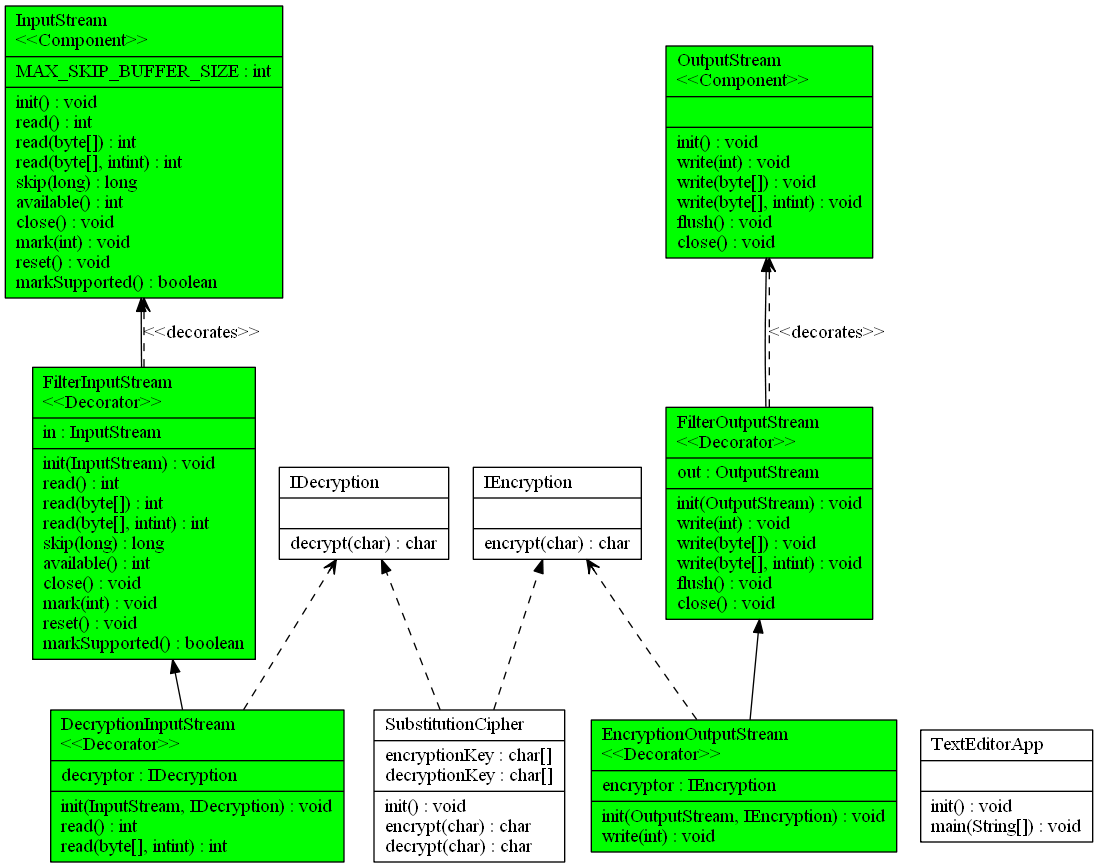
Above: input_output/lab21.png in chinchalupa/CSSE374-Project (Graphviz), before the change. Its source is kept beside it as input_output/lab21.dot.
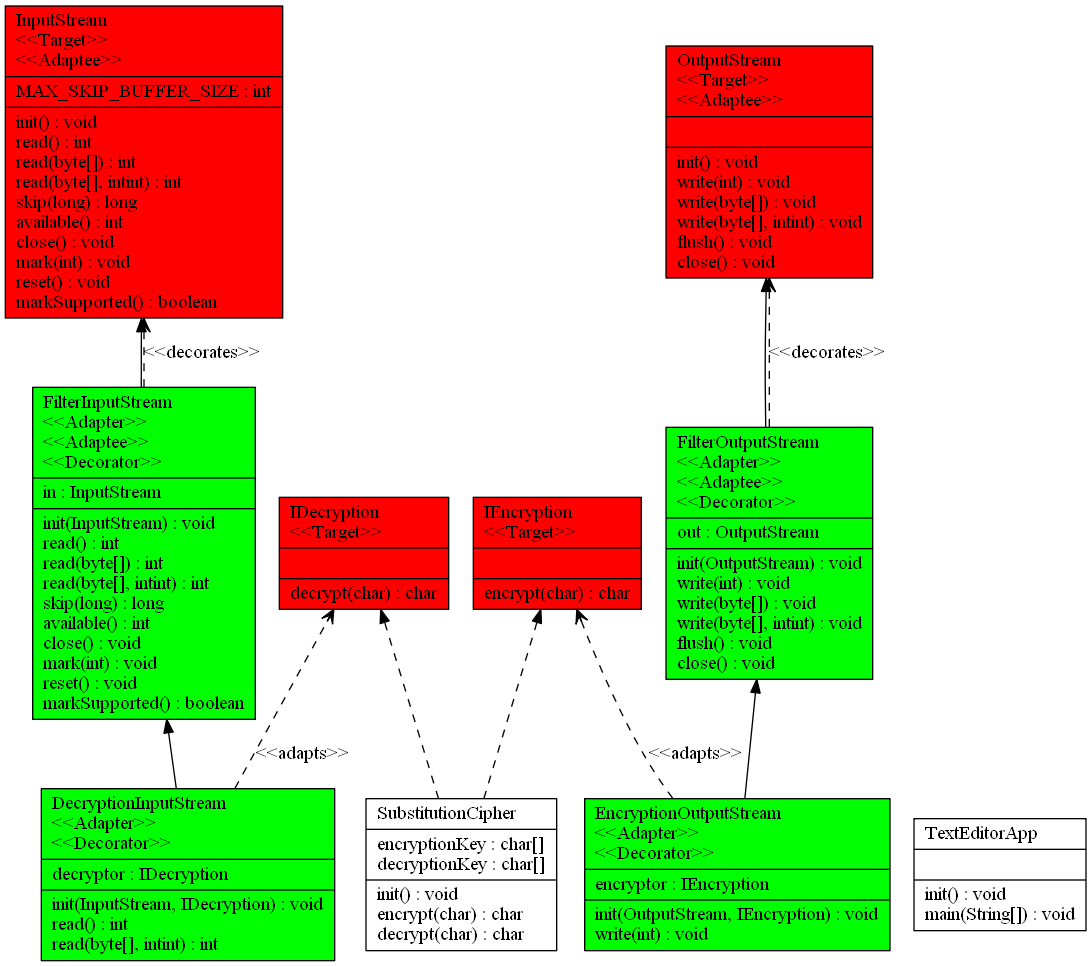
The same file after the commit.

What changed in the source:
```diff
@@ -4,44 +4,44 @@
 fontsize = 8
 rankdir=BT
 
+node [shape = "record" color = "#000000" fillcolor = "#ff0000" style="filled"]
+ClassT.DecryptionInputStream [label = "{.DecryptionInputStream\l\<\<Adapter\>\>\l|decryptor : IDecryption\l|init(InputStream, IDecryption) : void\lread() : int\lread(byte[], intint) : int\l}"]
+node [shape = "record" color = "#000000" fillcolor = "#ff0000" style="filled"]
+ClassT.EncryptionOutputStream [label = "{.EncryptionOutputStream\l\<\<Adapter\>\>\l|encryptor : IEncryption\l|init(OutputStream, IEncryption) : void\lwrite(int) : void\l}"]
+node [shape = "record" color = "#000000" fillcolor = "#000000" style=""]
+ClassT.IDecryption [label = "{.IDecryption\l||decrypt(char) : char\l}"]
+node [shape = "record" color = "#000000" fillcolor = "#000000" style=""]
+ClassT.IEncryption [label = "{.IEncryption\l||encrypt(char) : char\l}"]
+node [shape = "record" color = "#000000" fillcolor = "#000000" style=""]
+ClassT.SubstitutionCipher [label = "{.SubstitutionCipher\l|encryptionKey : char[]\ldecryptionKey : char[]\l|init() : void\lencrypt(char) : char\ldecrypt(char) : char\l}"]
+node [shape = "record" color = "#000000" fillcolor = "#000000" style=""]
+ClassT.TextEditorApp [label = "{.TextEditorApp\l||init() : void\lmain(String[]) : void\l}"]
 node [shape = "record" color = "#000000" fillcolor = "#00ff00" style="filled"]
-ClassTDecryptionInputStream [label = "{DecryptionInputStream\l\<\<Decorator\>\>\l|decryptor : IDecryption\l|init(InputStream, IDecryption) : void\lread() : int\lread(byte[], intint) : int\l}"]
+ClassT.FilterInputStream [label = "{.FilterInputStream\l\<\<Adapter\>\>\l\<\<Decorator\>\>\l|in : InputStream\l|init(InputStream) : void\lread() : int\lread(byte[]) : int\lread(byte[], intint) : int\lskip(long) : long\lavailable() : int\lclose() : void\lmark(int) : void\lreset() : void\lmarkSupported() : boolean\l}"]
 node [shape = "record" color = "#000000" fillcolor = "#00ff00" style="filled"]
-ClassTEncryptionOutputStream [label = "{EncryptionOutputStream\l\<\<Decorator\>\>\l|encryptor : IEncryption\l|init(OutputStream, IEncryption) : void\lwrite(int) : void\l}"]
+ClassT.FilterOutputStream [label = "{.FilterOutputStream\l\<\<Adapter\>\>\l\<\<Decorator\>\>\l|out : OutputStream\l|init(OutputStream) : void\lwrite(int) : void\lwrite(byte[]) : void\lwrite(byte[], intint) : void\lflush() : void\lclose() : void\l}"]
 node [shape = "record" color = "#000000" fillcolor = "#000000" style=""]
-ClassTIDecryption [label = "{IDecryption\l||decrypt(char) : char\l}"]
+ClassT.InputStream [label = "{.InputStream\l|MAX_SKIP_BUFFER_SIZE : int\l|init() : void\lread() : int\lread(byte[]) : int\lread(byte[], intint) : int\lskip(long) : long\lavailable() : int\lclose() : void\lmark(int) : void\lreset() : void\lmarkSupported() : boolean\l}"]
 node [shape = "record" color = "#000000" fillcolor = "#000000" style=""]
-ClassTIEncryption [label = "{IEncryption\l||encrypt(char) : char\l}"]
-node [shape = "record" color = "#000000" fillcolor = "#000000" style=""]
-ClassTSubstitutionCipher [label = "{SubstitutionCipher\l|encryptionKey : char[]\ldecryptionKey : char[]\l|init() : void\lencrypt(char) : char\ldecrypt(char) : char\l}"]
-node [shape = "record" color = "#000000" fillcolor = "#000000" style=""]
-ClassTTextEditorApp [label = "{TextEditorApp\l||init() : void\lmain(String[]) : void\l}"]
-node [shape = "record" color = "#000000" fillcolor = "#00ff00" style="filled"]
-ClassTFilterInputStream [label = "{FilterInputStream\l\<\<Decorator\>\>\l|in : InputStream\l|init(InputStream) : void\lread() : int\lread(byte[]) : int\lread(byte[], intint) : int\lskip(long) : long\lavailable() : int\lclose() : void\lmark(int) : void\lreset() : void\lmarkSupported() : boolean\l}"]
-node [shape = "record" color = "#000000" fillcolor = "#00ff00" style="filled"]
-ClassTFilterOutputStream [label = "{FilterOutputStream\l\<\<Decorator\>\>\l|out : OutputStream\l|init(OutputStream) : void\lwrite(int) : void\lwrite(byte[]) : void\lwrite(byte[], intint) : void\lflush() : void\lclose() : void\l}"]
-node [shape = "record" color = "#000000" fillcolor = "#00ff00" style="filled"]
-ClassTInputStream [label = "{InputStream\l\<\<Component\>\>\l|MAX_SKIP_BUFFER_SIZE : int\l|init() : void\lread() : int\lread(byte[]) : int\lread(byte[], intint) : int\lskip(long) : long\lavailable() : int\lclose() : void\lmark(int) : void\lreset() : void\lmarkSupported() : boolean\l}"]
-node [shape = "record" color = "#000000" fillcolor = "#00ff00" style="filled"]
-ClassTOutputStream [label = "{OutputStream\l\<\<Component\>\>\l||init() : void\lwrite(int) : void\lwrite(byte[]) : void\lwrite(byte[], intint) : void\lflush() : void\lclose() : void\l}"]
+ClassT.OutputStream [label = "{.OutputStream\l||init() : void\lwrite(int) : void\lwrite(byte[]) : void\lwrite(byte[], intint) : void\lflush() : void\lclose() : void\l}"]
 edge [arrowhead = "normal" style = "solid" label = ""]
-ClassTDecryptionInputStream -> ClassTFilterInputStream
-edge [arrowhead = "vee" style = "dashed" label = ""]
-ClassTDecryptionInputStream -> ClassTIDecryption
+ClassT.DecryptionInputStream -> ClassTFilterInputStream
+edge [arrowhead = "vee" style = "dashed" label = "\<\<adapts\>\>"]
+ClassT.DecryptionInputStream -> ClassTIDecryption
 edge [arrowhead = "normal" style = "solid" label = ""]
-ClassTEncryptionOutputStream -> ClassTFilterOutputStream
-edge [arrowhead = "vee" style = "dashed" label = ""]
-ClassTEncryptionOutputStream -> ClassTIEncryption
+ClassT.EncryptionOutputStream -> ClassTFilterOutputStream
+edge [arrowhead = "vee" style = "dashed" label = "\<\<adapts\>\>"]
+ClassT.EncryptionOutputStream -> ClassTIEncryption
 edge [arrowhead = "normal" style = "dashed" label = ""]
-ClassTSubstitutionCipher -> ClassTIEncryption
+ClassT.SubstitutionCipher -> ClassTIEncryption
 edge [arrowhead = "normal" style = "dashed" label = ""]
-ClassTSubstitutionCipher -> ClassTIDecryption
+ClassT.SubstitutionCipher -> ClassTIDecryption
 edge [arrowhead = "normal" style = "solid" label = ""]
-ClassTFilterInputStream -> ClassTInputStream
+ClassT.FilterInputStream -> ClassTInputStream
 edge [arrowhead = "vee" style = "dashed" label = "<<decorates>>"]
-ClassTFilterInputStream -> ClassTInputStream
+ClassT.FilterInputStream -> ClassTInputStream
 edge [arrowhead = "normal" style = "solid" label = ""]
-ClassTFilterOutputStream -> ClassTOutputStream
+ClassT.FilterOutputStream -> ClassTOutputStream
 edge [arrowhead = "vee" style = "dashed" label = "<<decorates>>"]
-ClassTFilterOutputStream -> ClassTOutputStream
+ClassT.FilterOutputStream -> ClassTOutputStream
 }
```
